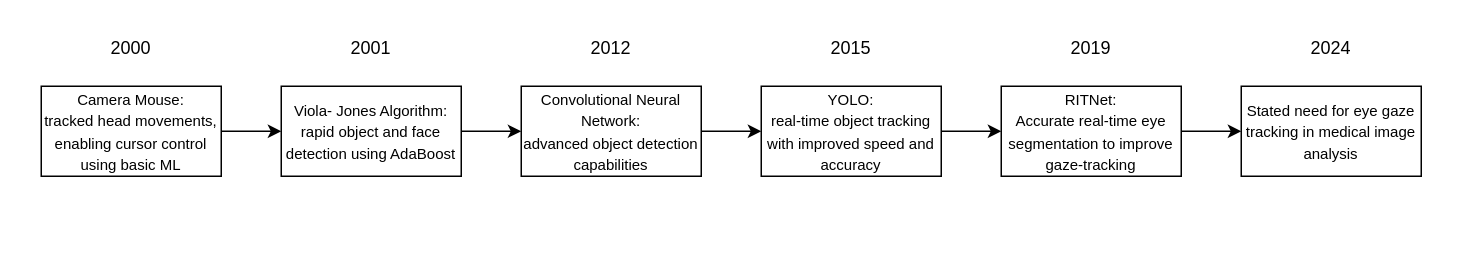
Above: Untitled Diagram.drawio in omaraguilarr84/VisualTracking (draw.io), before the change. Source tidied: cells renumbered, new cells numbered last; positions are measured from the earlier drawing's top-left corner, leaving out a move shared by most shapes. Both pictures are drawn from the tidied source at 150%, with x=0, y=0 at pixel (40, 26).
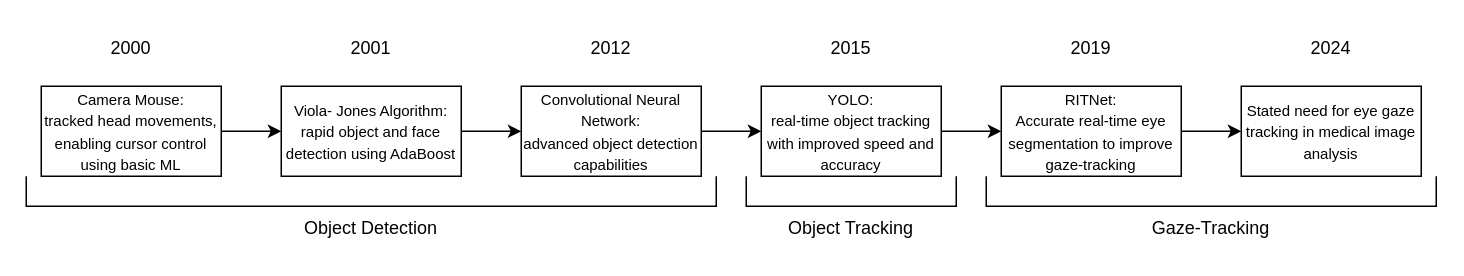
The same page after the edit.

The edit, as a diff of the source:
```diff
@@
+    <mxCell id="19" style="endArrow=none;html=1;rounded=0;" parent="1" edge="1">
+      <mxGeometry relative="1" as="geometry">
+        <mxPoint x="-10" y="100" as="sourcePoint" />
+        <mxPoint x="450" y="100" as="targetPoint" />
+        <Array as="points">
+          <mxPoint x="-10" y="120" />
+          <mxPoint x="450" y="120" />
+        </Array>
+      </mxGeometry>
+    </mxCell>
+    <mxCell id="20" value="Object Detection" style="text;html=1;align=center;verticalAlign=middle;whiteSpace=wrap;rounded=0;" parent="1" vertex="1">
+      <mxGeometry x="155" y="120" width="130" height="30" as="geometry" />
+    </mxCell>
+    <mxCell id="21" style="endArrow=none;html=1;rounded=0;" parent="1" edge="1">
+      <mxGeometry relative="1" as="geometry">
+        <mxPoint x="470" y="100" as="sourcePoint" />
+        <mxPoint x="610" y="100" as="targetPoint" />
+        <Array as="points">
+          <mxPoint x="470" y="120" />
+          <mxPoint x="610" y="120" />
+        </Array>
+      </mxGeometry>
+    </mxCell>
+    <mxCell id="22" value="Object Tracking" style="text;html=1;align=center;verticalAlign=middle;whiteSpace=wrap;rounded=0;" parent="1" vertex="1">
+      <mxGeometry x="485" y="120" width="110" height="30" as="geometry" />
+    </mxCell>
+    <mxCell id="23" value="Gaze-Tracking" style="text;html=1;align=center;verticalAlign=middle;whiteSpace=wrap;rounded=0;" parent="1" vertex="1">
+      <mxGeometry x="730" y="120" width="100" height="30" as="geometry" />
+    </mxCell>
+    <mxCell id="24" style="endArrow=none;html=1;rounded=0;" parent="1" edge="1">
+      <mxGeometry relative="1" as="geometry">
+        <mxPoint x="630" y="100" as="sourcePoint" />
+        <mxPoint x="930" y="100" as="targetPoint" />
+        <Array as="points">
+          <mxPoint x="630" y="120" />
+          <mxPoint x="930" y="120" />
+        </Array>
+      </mxGeometry>
+    </mxCell>
```
